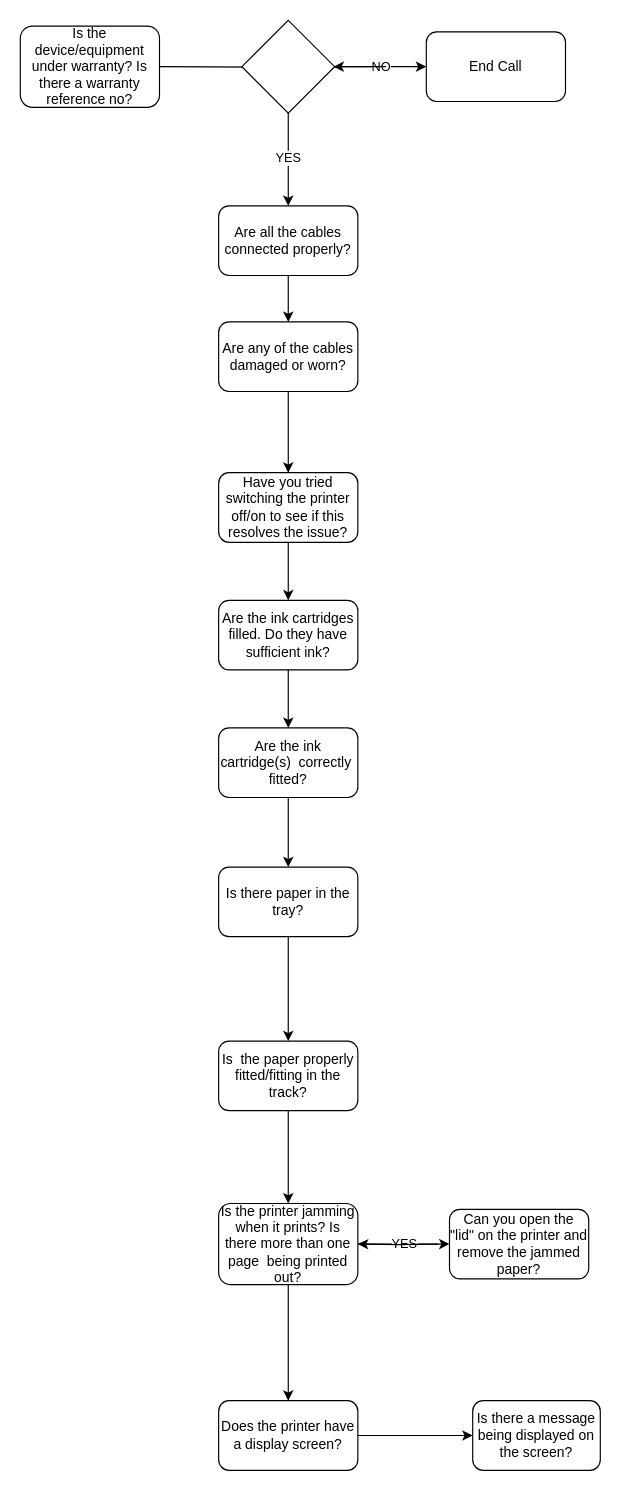
Above: CustomerSupportScript.drawio in L00086023/StudentExercises (draw.io), before the change. Source tidied: cells renumbered, new cells numbered last; positions are measured from the earlier drawing's top-left corner, leaving out a move shared by most shapes. Both pictures are drawn from the tidied source at 116%, with x=0, y=0 at pixel (20, 20).
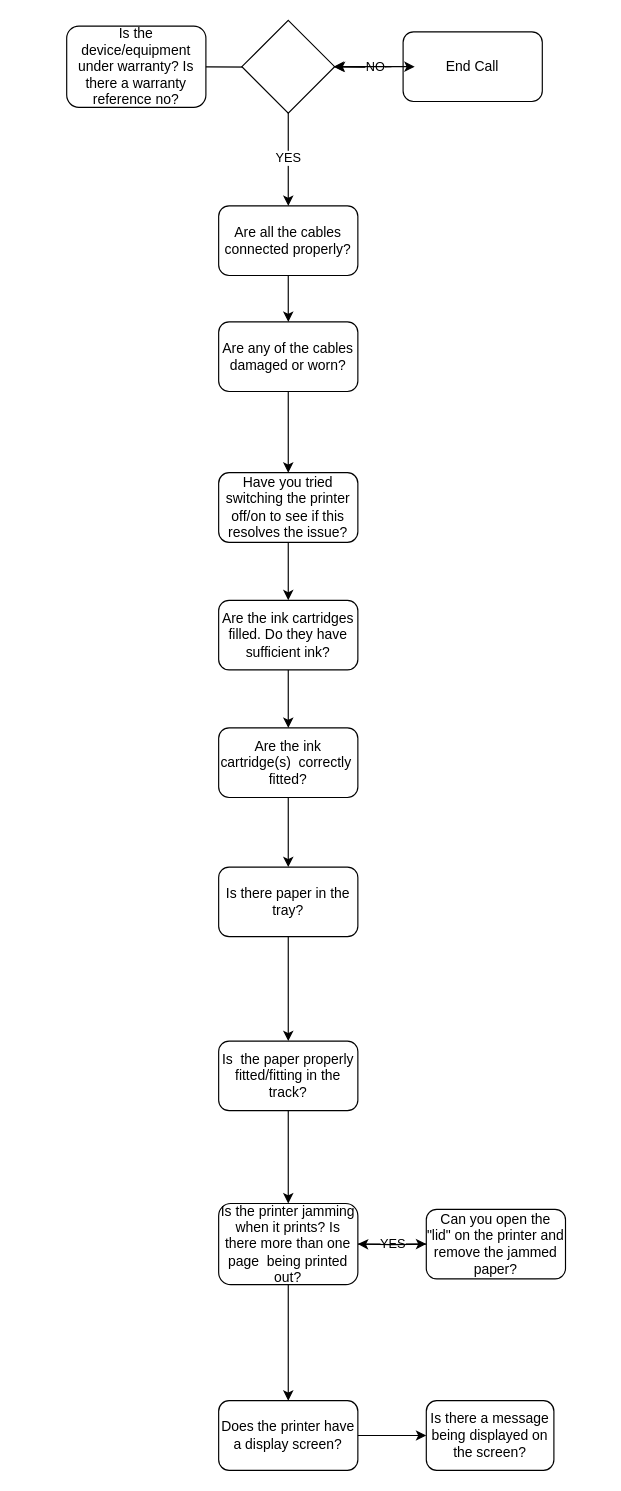
After the change.

Unchanged cells that the change refers to:
```xml
<mxCell id="10" value="Does the printer have a display screen?" style="rounded=1;whiteSpace=wrap;html=1;" parent="1" vertex="1">
  <mxGeometry x="171" y="1190" width="120" height="60" as="geometry" />
</mxCell>
<mxCell id="16" style="rhombus;whiteSpace=wrap;html=1;" parent="1" vertex="1">
  <mxGeometry x="191" width="80" height="80" as="geometry" />
</mxCell>
<mxCell id="22" value="Is the printer jamming when it prints? Is there more than one page&amp;nbsp; being printed out?" style="rounded=1;whiteSpace=wrap;html=1;" parent="1" vertex="1">
  <mxGeometry x="171" y="1020" width="120" height="70" as="geometry" />
</mxCell>
```

Diff of the diagram source:
```diff
@@
     <mxCell id="7" value="YES" style="endArrow=classic;html=1;exitX=1;exitY=0.5;exitDx=0;exitDy=0;" parent="1" edge="1" source="22">
       <mxGeometry relative="1" as="geometry">
-        <mxPoint x="370" y="1055" as="targetPoint" />
+        <mxPoint x="350" y="1055" as="targetPoint" />
       </mxGeometry>
     </mxCell>
     <mxCell id="8" style="edgeStyle=orthogonalEdgeStyle;rounded=0;jettySize=auto;html=1;" parent="1" edge="1" target="22">
       <mxGeometry relative="1" as="geometry">
-        <mxPoint x="360" y="1055" as="sourcePoint" />
+        <mxPoint x="350" y="1055" as="sourcePoint" />
       </mxGeometry>
     </mxCell>
     <mxCell id="9" value="Can you open the &quot;lid&quot; on the printer and remove the jammed paper?" style="rounded=1;whiteSpace=wrap;html=1;" parent="1" vertex="1">
-      <mxGeometry x="370" y="1025" width="120" height="60" as="geometry" />
+      <mxGeometry x="350" y="1025" width="120" height="60" as="geometry" />
     </mxCell>
@@
     <mxCell id="11" value="Is there a message being displayed on the screen?" style="rounded=1;whiteSpace=wrap;html=1;" parent="1" vertex="1">
-      <mxGeometry x="390" y="1190" width="110" height="60" as="geometry" />
+      <mxGeometry x="350" y="1190" width="110" height="60" as="geometry" />
     </mxCell>
     <mxCell id="12" style="endArrow=classic;html=1;exitX=1;exitY=0.5;exitDx=0;exitDy=0;" parent="1" edge="1" source="10">
       <mxGeometry relative="1" as="geometry">
-        <mxPoint x="390" y="1220" as="targetPoint" />
+        <mxPoint x="350" y="1220" as="targetPoint" />
       </mxGeometry>
     </mxCell>
@@
     <mxCell id="15" value="Is the device/equipment under warranty? Is there a warranty reference no?" style="rounded=1;whiteSpace=wrap;html=1;" parent="1" vertex="1">
-      <mxGeometry y="5" width="120" height="70" as="geometry" />
+      <mxGeometry x="40" y="5" width="120" height="70" as="geometry" />
     </mxCell>
@@
+    <mxCell id="31" style="edgeStyle=orthogonalEdgeStyle;rounded=0;jettySize=auto;html=1;" parent="1" edge="1" target="16">
+      <mxGeometry relative="1" as="geometry">
+        <mxPoint x="320" y="40" as="sourcePoint" />
+      </mxGeometry>
+    </mxCell>
     <mxCell id="17" value="End Call" style="rounded=1;whiteSpace=wrap;html=1;" parent="1" vertex="1">
-      <mxGeometry x="350" y="10" width="120" height="60" as="geometry" />
+      <mxGeometry x="330" y="10" width="120" height="60" as="geometry" />
     </mxCell>
     <mxCell id="18" value="NO" style="endArrow=classic;html=1;exitX=1;exitY=0.5;exitDx=0;exitDy=0;" parent="1" edge="1" source="16">
       <mxGeometry relative="1" as="geometry">
-        <mxPoint x="350" y="40" as="targetPoint" />
+        <mxPoint x="340" y="40" as="targetPoint" />
       </mxGeometry>
     </mxCell>
```
